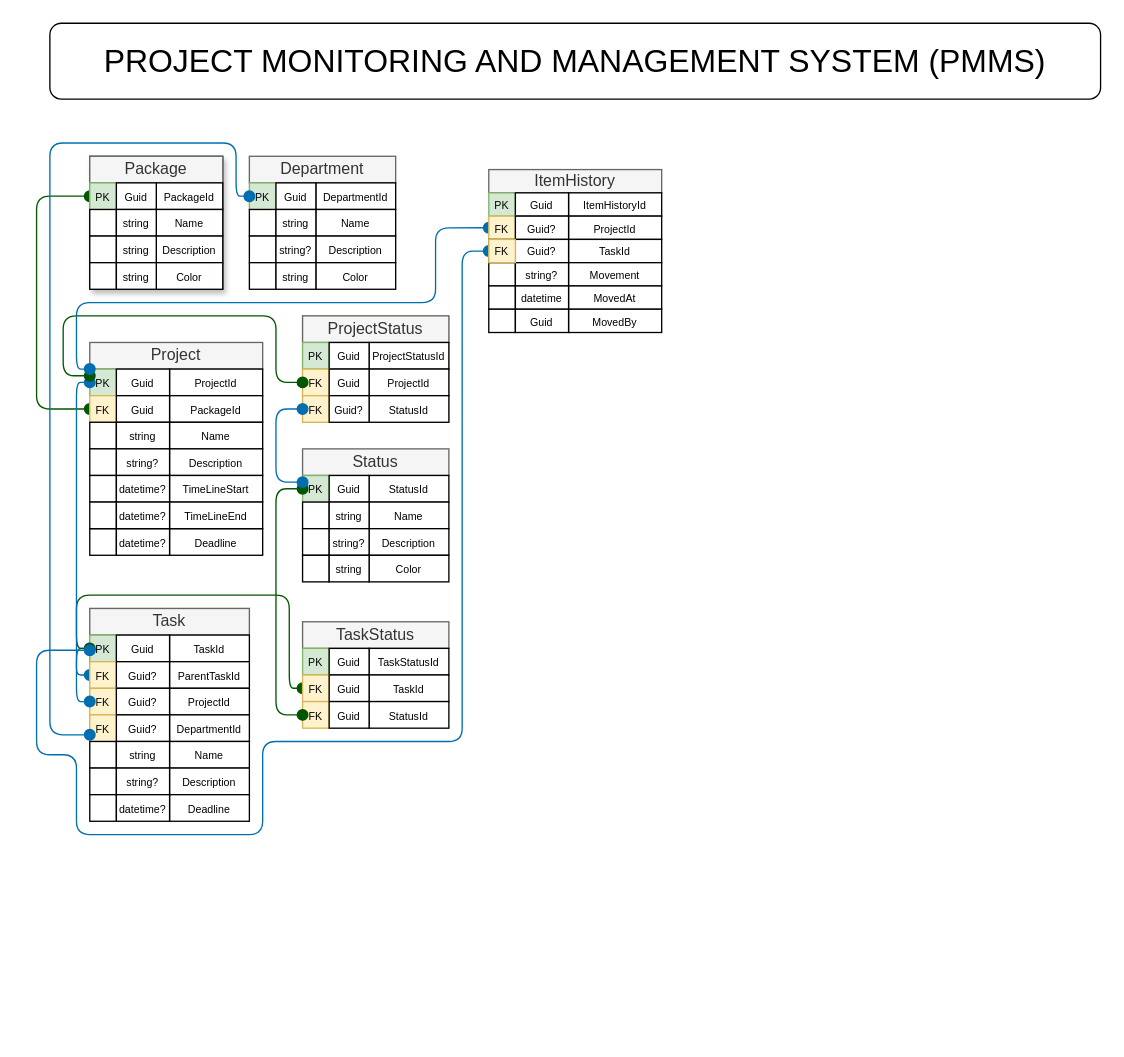
Earlier version of the draw.io diagram Untitled Diagram.drawio (B0bUy/ProjectMonitoringSystem_Server). Source tidied: cells renumbered, new cells numbered last; positions are measured from the earlier drawing's top-left corner, leaving out a move shared by most shapes. Both pictures are drawn from the tidied source at 133%, with x=0, y=0 at pixel (36, 23).
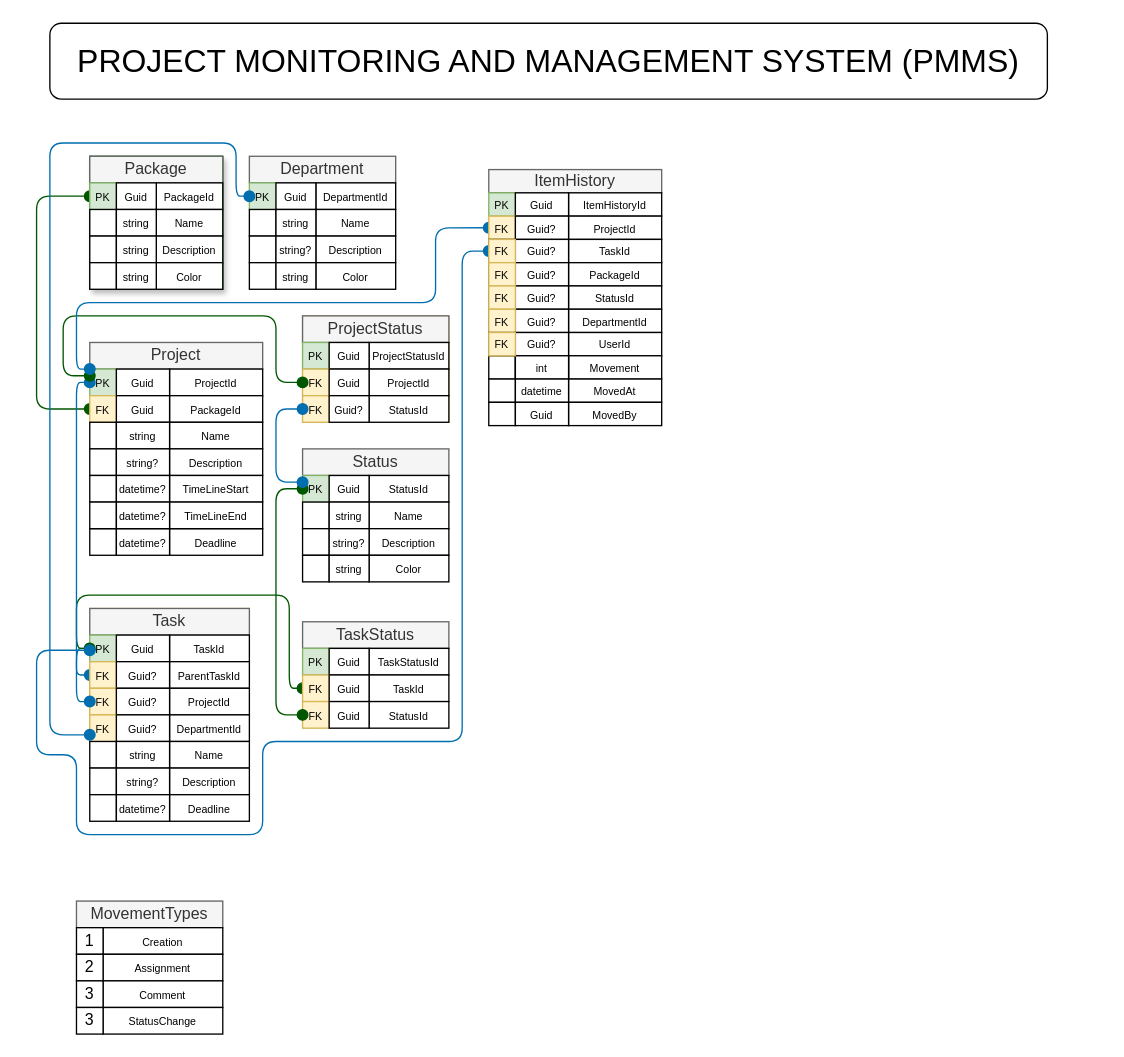
The same page after the edit.

The edit, as a diff of the source:
```diff
@@
     <mxCell id="2" value="&lt;font style=&quot;font-size: 24px;&quot;&gt;PROJECT MONITORING AND MANAGEMENT SYSTEM (PMMS)&lt;/font&gt;" style="rounded=1;whiteSpace=wrap;html=1;" parent="1" vertex="1">
-      <mxGeometry x="10" width="790" height="57" as="geometry" />
+      <mxGeometry x="10" width="750" height="57" as="geometry" />
     </mxCell>
@@
+    <mxCell id="147" style="group;" parent="1" vertex="1">
+      <mxGeometry x="340" y="110" width="130" height="157.5" as="geometry" />
+    </mxCell>
-    <mxCell id="125" style="group;" parent="1" vertex="1">
-      <mxGeometry x="340" y="110" width="130" height="122.5" as="geometry" />
+    <mxCell id="125" style="group;" parent="147" vertex="1">
+      <mxGeometry width="130" height="122.5" as="geometry" />
     </mxCell>
@@
-    <mxCell id="136" value="&lt;font style=&quot;font-size: 8px;&quot;&gt;Movement&lt;/font&gt;" style="rounded=0;whiteSpace=wrap;html=1;" parent="125" vertex="1">
+    <mxCell id="136" value="&lt;font style=&quot;font-size: 8px;&quot;&gt;PackageId&lt;/font&gt;" style="rounded=0;whiteSpace=wrap;html=1;" parent="125" vertex="1">
       <mxGeometry x="60" y="70" width="70" height="17.5" as="geometry" />
     </mxCell>
@@
-    <mxCell id="138" value="&lt;font style=&quot;font-size: 8px;&quot;&gt;string?&lt;/font&gt;" style="rounded=0;whiteSpace=wrap;html=1;" parent="125" vertex="1">
+    <mxCell id="138" value="&lt;font style=&quot;font-size: 8px;&quot;&gt;Guid?&lt;/font&gt;" style="rounded=0;whiteSpace=wrap;html=1;" parent="125" vertex="1">
       <mxGeometry x="20" y="70" width="40" height="17.5" as="geometry" />
     </mxCell>
-    <mxCell id="139" value="&lt;font style=&quot;font-size: 8px;&quot;&gt;MovedAt&lt;/font&gt;" style="rounded=0;whiteSpace=wrap;html=1;" parent="125" vertex="1">
+    <mxCell id="139" value="&lt;span style=&quot;font-size: 8px;&quot;&gt;StatusId&lt;/span&gt;" style="rounded=0;whiteSpace=wrap;html=1;" parent="125" vertex="1">
       <mxGeometry x="60" y="87.5" width="70" height="17.5" as="geometry" />
     </mxCell>
@@
-    <mxCell id="141" value="&lt;span style=&quot;font-size: 8px;&quot;&gt;datetime&lt;/span&gt;" style="rounded=0;whiteSpace=wrap;html=1;" parent="125" vertex="1">
+    <mxCell id="141" value="&lt;span style=&quot;font-size: 8px;&quot;&gt;Guid?&lt;/span&gt;" style="rounded=0;whiteSpace=wrap;html=1;" parent="125" vertex="1">
       <mxGeometry x="20" y="87.5" width="40" height="17.5" as="geometry" />
     </mxCell>
-    <mxCell id="142" value="&lt;span style=&quot;font-size: 8px;&quot;&gt;MovedBy&lt;/span&gt;" style="rounded=0;whiteSpace=wrap;html=1;" parent="125" vertex="1">
+    <mxCell id="142" value="&lt;span style=&quot;font-size: 8px;&quot;&gt;DepartmentId&lt;/span&gt;" style="rounded=0;whiteSpace=wrap;html=1;" parent="125" vertex="1">
       <mxGeometry x="60" y="105" width="70" height="17.5" as="geometry" />
     </mxCell>
@@
-    <mxCell id="144" value="&lt;span style=&quot;font-size: 8px;&quot;&gt;Guid&lt;/span&gt;" style="rounded=0;whiteSpace=wrap;html=1;" parent="125" vertex="1">
+    <mxCell id="144" value="&lt;span style=&quot;font-size: 8px;&quot;&gt;Guid?&lt;/span&gt;" style="rounded=0;whiteSpace=wrap;html=1;" parent="125" vertex="1">
       <mxGeometry x="20" y="105" width="40" height="17.5" as="geometry" />
     </mxCell>
@@
+    <mxCell id="148" value="&lt;font style=&quot;font-size: 8px;&quot;&gt;FK&lt;/font&gt;" style="rounded=0;whiteSpace=wrap;html=1;fillColor=#fff2cc;strokeColor=#d6b656;" parent="125" vertex="1">
+      <mxGeometry y="70" width="20" height="17.5" as="geometry" />
+    </mxCell>
+    <mxCell id="149" value="&lt;font style=&quot;font-size: 8px;&quot;&gt;FK&lt;/font&gt;" style="rounded=0;whiteSpace=wrap;html=1;fillColor=#fff2cc;strokeColor=#d6b656;" parent="125" vertex="1">
+      <mxGeometry y="87.5" width="20" height="17.5" as="geometry" />
+    </mxCell>
+    <mxCell id="150" value="&lt;font style=&quot;font-size: 8px;&quot;&gt;FK&lt;/font&gt;" style="rounded=0;whiteSpace=wrap;html=1;fillColor=#fff2cc;strokeColor=#d6b656;" parent="125" vertex="1">
+      <mxGeometry y="105" width="20" height="17.5" as="geometry" />
+    </mxCell>
+    <mxCell id="151" value="&lt;span style=&quot;font-size: 8px;&quot;&gt;UserId&lt;/span&gt;" style="rounded=0;whiteSpace=wrap;html=1;" parent="147" vertex="1">
+      <mxGeometry x="60" y="122.5" width="70" height="17.5" as="geometry" />
+    </mxCell>
+    <mxCell id="152" style="rounded=0;whiteSpace=wrap;html=1;" parent="147" vertex="1">
+      <mxGeometry y="122.5" width="20" height="17.5" as="geometry" />
+    </mxCell>
+    <mxCell id="153" value="&lt;span style=&quot;font-size: 8px;&quot;&gt;Guid?&lt;/span&gt;" style="rounded=0;whiteSpace=wrap;html=1;" parent="147" vertex="1">
+      <mxGeometry x="20" y="122.5" width="40" height="17.5" as="geometry" />
+    </mxCell>
+    <mxCell id="154" value="&lt;span style=&quot;font-size: 8px;&quot;&gt;Movement&lt;/span&gt;" style="rounded=0;whiteSpace=wrap;html=1;" parent="147" vertex="1">
+      <mxGeometry x="60" y="140" width="70" height="17.5" as="geometry" />
+    </mxCell>
+    <mxCell id="155" style="rounded=0;whiteSpace=wrap;html=1;" parent="147" vertex="1">
+      <mxGeometry y="140" width="20" height="17.5" as="geometry" />
+    </mxCell>
+    <mxCell id="156" style="rounded=0;whiteSpace=wrap;html=1;" parent="147" vertex="1">
+      <mxGeometry x="20" y="140" width="40" height="17.5" as="geometry" />
+    </mxCell>
+    <mxCell id="157" value="&lt;span style=&quot;font-size: 8px;&quot;&gt;int&lt;/span&gt;" style="rounded=0;whiteSpace=wrap;html=1;" parent="147" vertex="1">
+      <mxGeometry x="20" y="140" width="40" height="17.5" as="geometry" />
+    </mxCell>
+    <mxCell id="158" value="&lt;font style=&quot;font-size: 8px;&quot;&gt;FK&lt;/font&gt;" style="rounded=0;whiteSpace=wrap;html=1;fillColor=#fff2cc;strokeColor=#d6b656;" parent="147" vertex="1">
+      <mxGeometry y="122.5" width="20" height="17.5" as="geometry" />
+    </mxCell>
+    <mxCell id="159" style="group;" parent="1" vertex="1">
+      <mxGeometry x="30" y="660" width="110" height="80" as="geometry" />
+    </mxCell>
+    <mxCell id="160" value="MovementTypes" style="rounded=0;whiteSpace=wrap;html=1;fillColor=#f5f5f5;fontColor=#333333;strokeColor=#666666;" parent="159" vertex="1">
+      <mxGeometry width="110" height="20" as="geometry" />
+    </mxCell>
+    <mxCell id="161" value="&lt;font style=&quot;font-size: 8px;&quot;&gt;Creation&lt;/font&gt;" style="rounded=0;whiteSpace=wrap;html=1;" parent="159" vertex="1">
+      <mxGeometry x="20" y="20" width="90" height="20" as="geometry" />
+    </mxCell>
+    <mxCell id="162" value="1" style="rounded=0;whiteSpace=wrap;html=1;" parent="159" vertex="1">
+      <mxGeometry y="20" width="20" height="20" as="geometry" />
+    </mxCell>
+    <mxCell id="163" value="&lt;span style=&quot;font-size: 8px;&quot;&gt;Assignment&lt;/span&gt;" style="rounded=0;whiteSpace=wrap;html=1;" parent="159" vertex="1">
+      <mxGeometry x="20" y="40" width="90" height="20" as="geometry" />
+    </mxCell>
+    <mxCell id="164" value="2" style="rounded=0;whiteSpace=wrap;html=1;" parent="159" vertex="1">
+      <mxGeometry y="40" width="20" height="20" as="geometry" />
+    </mxCell>
+    <mxCell id="165" value="&lt;span style=&quot;font-size: 8px;&quot;&gt;Comment&lt;/span&gt;" style="rounded=0;whiteSpace=wrap;html=1;" parent="159" vertex="1">
+      <mxGeometry x="20" y="60" width="90" height="20" as="geometry" />
+    </mxCell>
+    <mxCell id="166" value="3" style="rounded=0;whiteSpace=wrap;html=1;" parent="159" vertex="1">
+      <mxGeometry y="60" width="20" height="20" as="geometry" />
+    </mxCell>
+    <mxCell id="167" value="&lt;span style=&quot;font-size: 8px;&quot;&gt;StatusChange&lt;/span&gt;" style="rounded=0;whiteSpace=wrap;html=1;" parent="1" vertex="1">
+      <mxGeometry x="50" y="740" width="90" height="20" as="geometry" />
+    </mxCell>
+    <mxCell id="168" value="3" style="rounded=0;whiteSpace=wrap;html=1;" parent="1" vertex="1">
+      <mxGeometry x="30" y="740" width="20" height="20" as="geometry" />
+    </mxCell>
+    <mxCell id="169" value="&lt;span style=&quot;font-size: 8px;&quot;&gt;MovedAt&lt;/span&gt;" style="rounded=0;whiteSpace=wrap;html=1;" parent="1" vertex="1">
+      <mxGeometry x="400" y="267.5" width="70" height="17.5" as="geometry" />
+    </mxCell>
+    <mxCell id="170" style="rounded=0;whiteSpace=wrap;html=1;" parent="1" vertex="1">
+      <mxGeometry x="340" y="267.5" width="20" height="17.5" as="geometry" />
+    </mxCell>
+    <mxCell id="171" value="&lt;span style=&quot;font-size: 8px;&quot;&gt;datetime&lt;/span&gt;" style="rounded=0;whiteSpace=wrap;html=1;" parent="1" vertex="1">
+      <mxGeometry x="360" y="267.5" width="40" height="17.5" as="geometry" />
+    </mxCell>
+    <mxCell id="172" value="&lt;span style=&quot;font-size: 8px;&quot;&gt;MovedBy&lt;/span&gt;" style="rounded=0;whiteSpace=wrap;html=1;" parent="1" vertex="1">
+      <mxGeometry x="400" y="285" width="70" height="17.5" as="geometry" />
+    </mxCell>
+    <mxCell id="173" style="rounded=0;whiteSpace=wrap;html=1;" parent="1" vertex="1">
+      <mxGeometry x="340" y="285" width="20" height="17.5" as="geometry" />
+    </mxCell>
+    <mxCell id="174" value="&lt;span style=&quot;font-size: 8px;&quot;&gt;Guid&lt;/span&gt;" style="rounded=0;whiteSpace=wrap;html=1;" parent="1" vertex="1">
+      <mxGeometry x="360" y="285" width="40" height="17.5" as="geometry" />
+    </mxCell>
```
